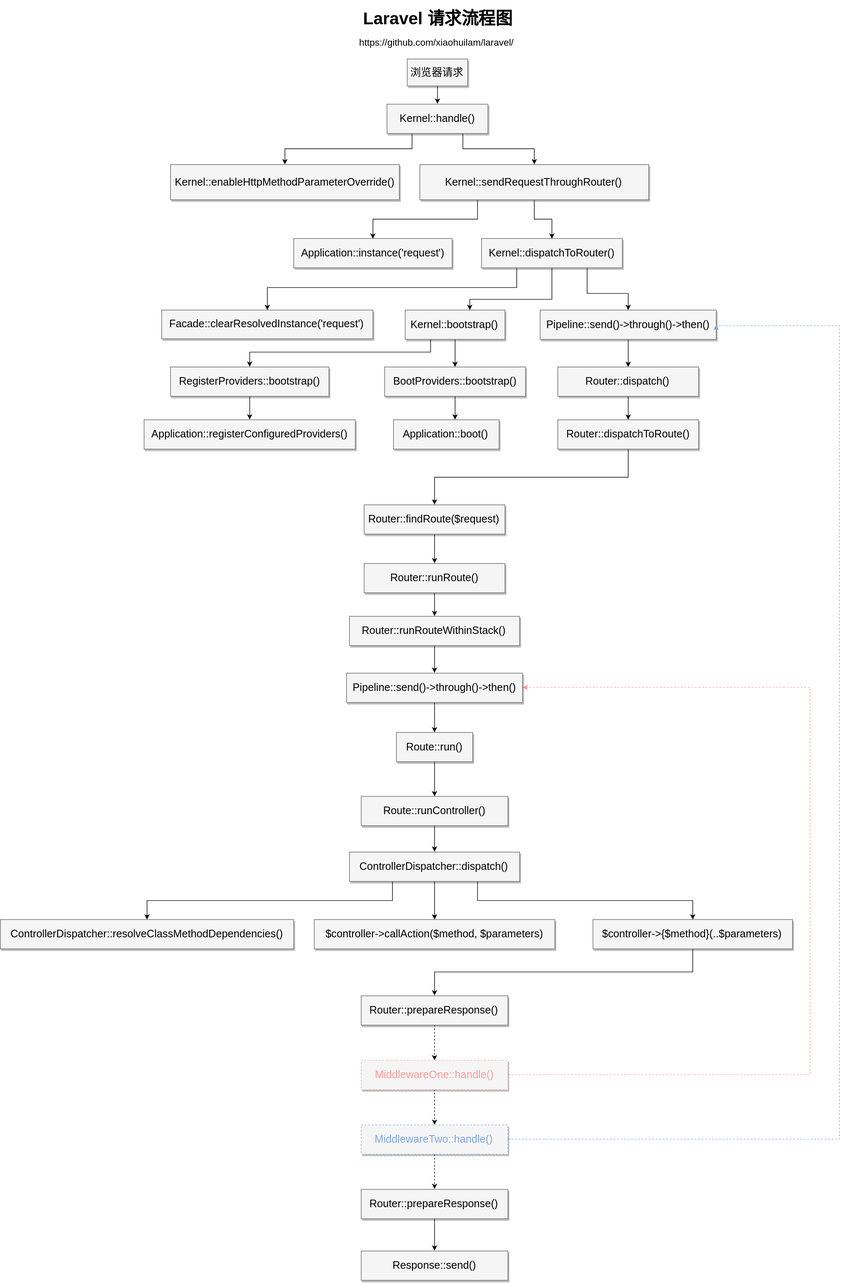
Before: laravel-flow-chart.svg, a diagram exported from draw.io (JerryYJ/laravel). Source tidied: cells renumbered, new cells last; positions are measured from the earlier drawing's top-left corner, leaving out a move shared by most shapes.
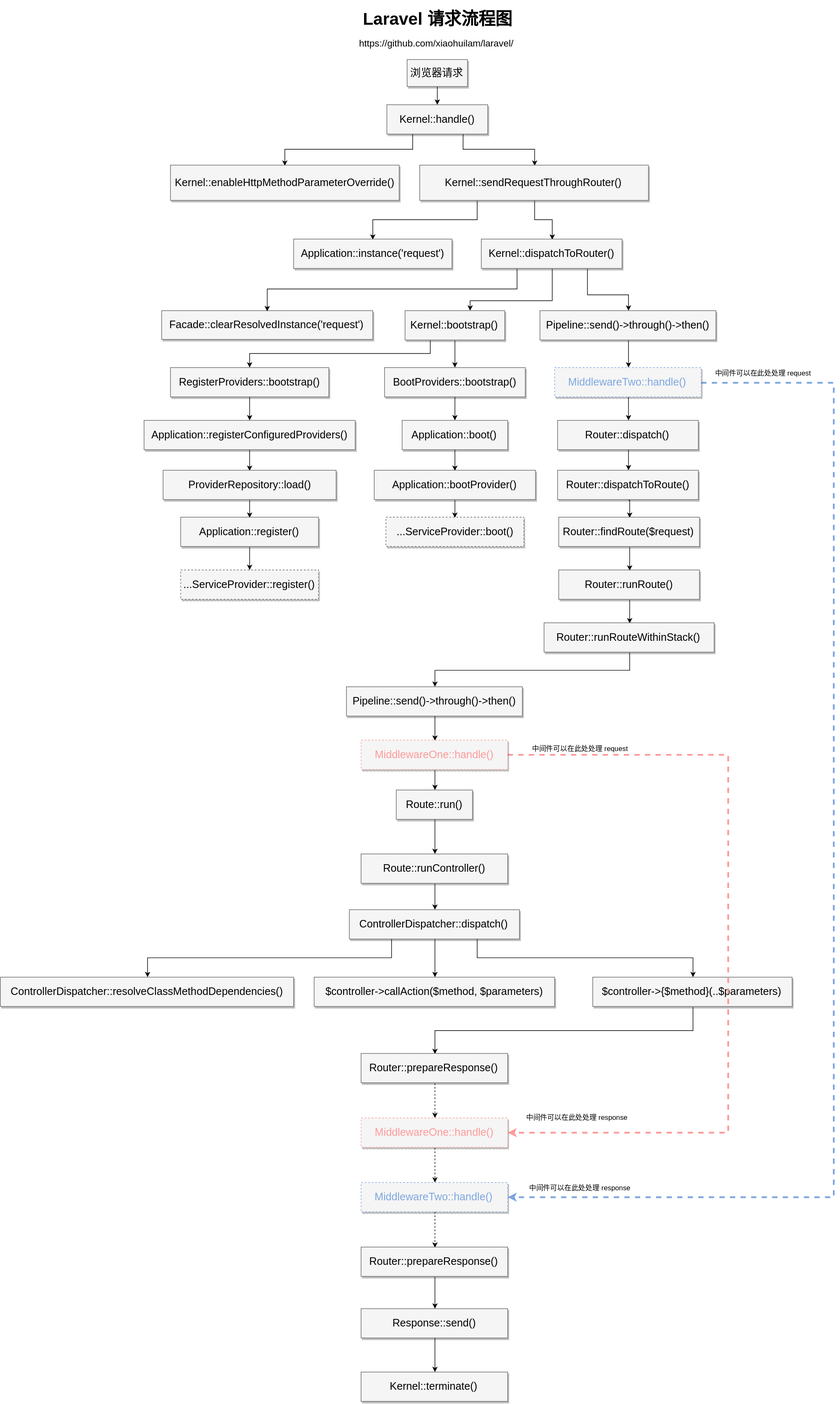
After the commit.

Diff of the diagram source:
```diff
@@ -57,9 +57,9 @@
     <mxCell id="16" value="Kernel::&lt;span&gt;bootstrap&lt;/span&gt;&lt;span&gt;()&lt;/span&gt;&lt;br&gt;" style="whiteSpace=wrap;html=1;shadow=1;fontSize=18;fillColor=#f5f5f5;strokeColor=#666666;" parent="1" vertex="1">
       <mxGeometry x="690" y="528" width="170" height="50" as="geometry" />
     </mxCell>
-    <mxCell id="17" style="edgeStyle=orthogonalEdgeStyle;rounded=0;html=1;exitX=0.5;exitY=1;jettySize=auto;fontSize=29;" parent="1" edge="1" source="18" target="30">
-      <mxGeometry relative="1" as="geometry" />
-    </mxCell>
+    <mxCell id="65" style="edgeStyle=orthogonalEdgeStyle;rounded=0;html=1;exitX=0.5;exitY=1;jettySize=auto;" parent="1" edge="1" source="18" target="82">
+      <mxGeometry relative="1" as="geometry" />
+    </mxCell>
     <mxCell id="18" value="Pipeline::send()-&amp;gt;through()-&amp;gt;then()&lt;br&gt;" style="whiteSpace=wrap;html=1;shadow=1;fontSize=18;fillColor=#f5f5f5;strokeColor=#666666;" parent="1" vertex="1">
       <mxGeometry x="920" y="528" width="300" height="50" as="geometry" />
     </mxCell>
@@ -96,59 +96,70 @@
     <mxCell id="24" value="&lt;div&gt;&lt;span&gt;RegisterProviders::&lt;/span&gt;&lt;span&gt;bootstrap()&lt;/span&gt;&lt;/div&gt;" style="whiteSpace=wrap;html=1;shadow=1;fontSize=18;fillColor=#f5f5f5;strokeColor=#666666;" parent="1" vertex="1">
       <mxGeometry x="290" y="625" width="270" height="50" as="geometry" />
     </mxCell>
-    <mxCell id="25" style="edgeStyle=orthogonalEdgeStyle;rounded=0;html=1;exitX=0.5;exitY=1;entryX=0.586;entryY=0;entryPerimeter=0;jettySize=auto;fontSize=29;" parent="1" edge="1" source="26" target="28">
+    <mxCell id="25" style="edgeStyle=orthogonalEdgeStyle;rounded=0;html=1;exitX=0.5;exitY=1;jettySize=auto;" parent="1" edge="1" source="26" target="28">
       <mxGeometry relative="1" as="geometry" />
     </mxCell>
     <mxCell id="26" value="&lt;div&gt;&lt;span&gt;BootProviders::&lt;/span&gt;&lt;span&gt;bootstrap()&lt;/span&gt;&lt;/div&gt;" style="whiteSpace=wrap;html=1;shadow=1;fontSize=18;fillColor=#f5f5f5;strokeColor=#666666;" parent="1" vertex="1">
       <mxGeometry x="655" y="625" width="240" height="50" as="geometry" />
     </mxCell>
+    <mxCell id="66" style="edgeStyle=orthogonalEdgeStyle;rounded=0;html=1;exitX=0.5;exitY=1;entryX=0.5;entryY=0;jettySize=auto;" parent="1" edge="1" source="27" target="72">
+      <mxGeometry relative="1" as="geometry" />
+    </mxCell>
     <mxCell id="27" value="Application::&lt;span&gt;registerConfiguredProviders()&lt;/span&gt;" style="whiteSpace=wrap;html=1;shadow=1;fontSize=18;fillColor=#f5f5f5;strokeColor=#666666;" parent="1" vertex="1">
       <mxGeometry x="245" y="715" width="360" height="50" as="geometry" />
     </mxCell>
+    <mxCell id="67" style="edgeStyle=orthogonalEdgeStyle;rounded=0;html=1;exitX=0.5;exitY=1;entryX=0.5;entryY=0;jettySize=auto;" parent="1" edge="1" source="28" target="76">
+      <mxGeometry relative="1" as="geometry" />
+    </mxCell>
     <mxCell id="28" value="Application::&lt;span&gt;boot&lt;/span&gt;&lt;span&gt;()&lt;/span&gt;&lt;br&gt;" style="whiteSpace=wrap;html=1;shadow=1;fontSize=18;fillColor=#f5f5f5;strokeColor=#666666;" parent="1" vertex="1">
-      <mxGeometry x="670" y="715" width="180" height="50" as="geometry" />
+      <mxGeometry x="685" y="715" width="180" height="50" as="geometry" />
     </mxCell>
     <mxCell id="29" style="edgeStyle=orthogonalEdgeStyle;rounded=0;html=1;exitX=0.5;exitY=1;jettySize=auto;fontSize=29;" parent="1" edge="1" source="30" target="32">
       <mxGeometry relative="1" as="geometry" />
     </mxCell>
     <mxCell id="30" value="Router::&lt;span&gt;dispatch()&lt;/span&gt;" style="whiteSpace=wrap;html=1;shadow=1;fontSize=18;fillColor=#f5f5f5;strokeColor=#666666;" parent="1" vertex="1">
-      <mxGeometry x="950" y="625" width="240" height="50" as="geometry" />
+      <mxGeometry x="950" y="715" width="240" height="50" as="geometry" />
     </mxCell>
-    <mxCell id="31" style="edgeStyle=orthogonalEdgeStyle;rounded=0;html=1;entryX=0.5;entryY=0;jettySize=auto;exitX=0.5;exitY=1;" parent="1" edge="1" source="32" target="34">
+    <mxCell id="31" style="edgeStyle=orthogonalEdgeStyle;rounded=0;html=1;exitX=0.5;exitY=1;entryX=0.5;entryY=0;jettySize=auto;" parent="1" edge="1" source="32" target="34">
       <mxGeometry relative="1" as="geometry" />
     </mxCell>
     <mxCell id="32" value="Router::&lt;span&gt;dispatchToRoute&lt;/span&gt;&lt;span&gt;()&lt;/span&gt;&lt;br&gt;" style="whiteSpace=wrap;html=1;shadow=1;fontSize=18;fillColor=#f5f5f5;strokeColor=#666666;" parent="1" vertex="1">
-      <mxGeometry x="950" y="715" width="240" height="50" as="geometry" />
+      <mxGeometry x="950" y="800" width="240" height="50" as="geometry" />
     </mxCell>
     <mxCell id="33" style="edgeStyle=orthogonalEdgeStyle;rounded=0;html=1;exitX=0.5;exitY=1;entryX=0.5;entryY=0;jettySize=auto;" parent="1" edge="1" source="34" target="36">
       <mxGeometry relative="1" as="geometry" />
     </mxCell>
     <mxCell id="34" value="Router::find&lt;span&gt;Route&lt;/span&gt;&lt;span&gt;($request)&lt;/span&gt;&lt;br&gt;" style="whiteSpace=wrap;html=1;shadow=1;fontSize=18;fillColor=#f5f5f5;strokeColor=#666666;" parent="1" vertex="1">
-      <mxGeometry x="620" y="860" width="240" height="50" as="geometry" />
+      <mxGeometry x="952" y="880" width="240" height="50" as="geometry" />
     </mxCell>
     <mxCell id="35" style="edgeStyle=orthogonalEdgeStyle;rounded=0;html=1;exitX=0.5;exitY=1;entryX=0.5;entryY=0;jettySize=auto;" parent="1" edge="1" source="36" target="38">
       <mxGeometry relative="1" as="geometry" />
     </mxCell>
     <mxCell id="36" value="Router::&lt;span&gt;runRoute()&lt;/span&gt;" style="whiteSpace=wrap;html=1;shadow=1;fontSize=18;fillColor=#f5f5f5;strokeColor=#666666;" parent="1" vertex="1">
-      <mxGeometry x="620" y="960" width="240" height="50" as="geometry" />
+      <mxGeometry x="952" y="970" width="240" height="50" as="geometry" />
     </mxCell>
     <mxCell id="37" style="edgeStyle=orthogonalEdgeStyle;rounded=0;html=1;exitX=0.5;exitY=1;entryX=0.5;entryY=0;jettySize=auto;" parent="1" edge="1" source="38" target="63">
-      <mxGeometry relative="1" as="geometry" />
+      <mxGeometry relative="1" as="geometry">
+        <Array as="points">
+          <mxPoint x="1073" y="1141" />
+          <mxPoint x="741" y="1141" />
+        </Array>
+      </mxGeometry>
     </mxCell>
     <mxCell id="38" value="Router::&lt;span&gt;runRouteWithinStack&lt;/span&gt;&lt;span&gt;()&lt;/span&gt;&lt;br&gt;" style="whiteSpace=wrap;html=1;shadow=1;fontSize=18;fillColor=#f5f5f5;strokeColor=#666666;" parent="1" vertex="1">
-      <mxGeometry x="595" y="1050" width="290" height="50" as="geometry" />
+      <mxGeometry x="927" y="1060" width="290" height="50" as="geometry" />
     </mxCell>
     <mxCell id="39" style="edgeStyle=orthogonalEdgeStyle;rounded=0;html=1;exitX=0.5;exitY=1;jettySize=auto;fontSize=29;" parent="1" edge="1" source="40" target="42">
       <mxGeometry relative="1" as="geometry" />
     </mxCell>
     <mxCell id="40" value="Route::run&lt;span&gt;()&lt;/span&gt;&lt;br&gt;" style="whiteSpace=wrap;html=1;shadow=1;fontSize=18;fillColor=#f5f5f5;strokeColor=#666666;" parent="1" vertex="1">
-      <mxGeometry x="675" y="1248" width="130" height="50" as="geometry" />
+      <mxGeometry x="675" y="1345" width="130" height="50" as="geometry" />
     </mxCell>
     <mxCell id="41" style="edgeStyle=orthogonalEdgeStyle;rounded=0;html=1;exitX=0.5;exitY=1;entryX=0.5;entryY=0;jettySize=auto;fontSize=29;" parent="1" edge="1" source="42" target="46">
       <mxGeometry relative="1" as="geometry" />
     </mxCell>
     <mxCell id="42" value="Route::runController&lt;span&gt;()&lt;/span&gt;&lt;br&gt;" style="whiteSpace=wrap;html=1;shadow=1;fontSize=18;fillColor=#f5f5f5;strokeColor=#666666;" parent="1" vertex="1">
-      <mxGeometry x="615" y="1357" width="250" height="50" as="geometry" />
+      <mxGeometry x="615" y="1454" width="250" height="50" as="geometry" />
     </mxCell>
     <mxCell id="43" style="edgeStyle=orthogonalEdgeStyle;rounded=0;html=1;exitX=0.25;exitY=1;jettySize=auto;fontSize=29;" parent="1" edge="1" source="46" target="47">
       <mxGeometry relative="1" as="geometry" />
@@ -160,71 +171,125 @@
       <mxGeometry relative="1" as="geometry" />
     </mxCell>
     <mxCell id="46" value="ControllerDispatcher::&lt;span&gt;dispatch()&lt;/span&gt;" style="whiteSpace=wrap;html=1;shadow=1;fontSize=18;fillColor=#f5f5f5;strokeColor=#666666;" parent="1" vertex="1">
-      <mxGeometry x="595" y="1452" width="290" height="50" as="geometry" />
+      <mxGeometry x="595" y="1549" width="290" height="50" as="geometry" />
     </mxCell>
     <mxCell id="47" value="ControllerDispatcher::&lt;span&gt;resolveClassMethodDependencies&lt;/span&gt;&lt;span&gt;()&lt;/span&gt;&lt;br&gt;" style="whiteSpace=wrap;html=1;shadow=1;fontSize=18;fillColor=#f5f5f5;strokeColor=#666666;" parent="1" vertex="1">
-      <mxGeometry y="1567" width="500" height="50" as="geometry" />
+      <mxGeometry y="1664" width="500" height="50" as="geometry" />
     </mxCell>
     <mxCell id="48" value="$controller-&amp;gt;callAction($method, $parameters)&lt;br&gt;" style="whiteSpace=wrap;html=1;shadow=1;fontSize=18;fillColor=#f5f5f5;strokeColor=#666666;" parent="1" vertex="1">
-      <mxGeometry x="535" y="1567" width="410" height="50" as="geometry" />
+      <mxGeometry x="535" y="1664" width="410" height="50" as="geometry" />
     </mxCell>
     <mxCell id="49" style="edgeStyle=orthogonalEdgeStyle;rounded=0;html=1;exitX=0.5;exitY=1;entryX=0.5;entryY=0;jettySize=auto;fontSize=29;" parent="1" edge="1" source="50" target="52">
       <mxGeometry relative="1" as="geometry" />
     </mxCell>
     <mxCell id="50" value="$controller-&amp;gt;{$method}(..$parameters)&lt;br&gt;" style="whiteSpace=wrap;html=1;shadow=1;fontSize=18;fillColor=#f5f5f5;strokeColor=#666666;" parent="1" vertex="1">
-      <mxGeometry x="1010" y="1567" width="340" height="50" as="geometry" />
+      <mxGeometry x="1010" y="1664" width="340" height="50" as="geometry" />
     </mxCell>
     <mxCell id="51" style="edgeStyle=orthogonalEdgeStyle;rounded=0;html=1;exitX=0.5;exitY=1;jettySize=auto;fontSize=29;dashed=1;" parent="1" edge="1" source="52" target="55">
       <mxGeometry relative="1" as="geometry" />
     </mxCell>
     <mxCell id="52" value="Router::&lt;span&gt;prepareResponse()&lt;/span&gt;" style="whiteSpace=wrap;html=1;shadow=1;fontSize=18;fillColor=#f5f5f5;strokeColor=#666666;" parent="1" vertex="1">
-      <mxGeometry x="615" y="1697" width="250" height="50" as="geometry" />
+      <mxGeometry x="615" y="1794" width="250" height="50" as="geometry" />
     </mxCell>
     <mxCell id="53" style="edgeStyle=orthogonalEdgeStyle;rounded=0;html=1;exitX=0.5;exitY=1;jettySize=auto;fontSize=29;dashed=1;" parent="1" edge="1" source="55" target="58">
       <mxGeometry relative="1" as="geometry" />
     </mxCell>
-    <mxCell id="54" style="edgeStyle=orthogonalEdgeStyle;rounded=0;html=1;exitX=1;exitY=0.5;entryX=1;entryY=0.5;dashed=1;jettySize=auto;strokeColor=#FF9999;" parent="1" edge="1" source="55" target="63">
+    <mxCell id="54" style="edgeStyle=orthogonalEdgeStyle;rounded=0;html=1;exitX=1;exitY=0.5;entryX=1;entryY=0.5;dashed=1;jettySize=auto;strokeColor=#FF9999;strokeWidth=3;" parent="1" edge="1" source="80" target="55">
       <mxGeometry relative="1" as="geometry">
         <Array as="points">
-          <mxPoint x="1380" y="1832" />
-          <mxPoint x="1380" y="1172" />
+          <mxPoint x="1241" y="1285" />
+          <mxPoint x="1241" y="1929" />
         </Array>
       </mxGeometry>
     </mxCell>
     <mxCell id="55" value="MiddlewareOne::handle()&lt;br&gt;" style="whiteSpace=wrap;html=1;shadow=1;fontSize=18;fillColor=#f5f5f5;strokeColor=#FF9999;dashed=1;fontColor=#FF9999;" parent="1" vertex="1">
-      <mxGeometry x="615" y="1807" width="250" height="50" as="geometry" />
+      <mxGeometry x="615" y="1904" width="250" height="50" as="geometry" />
     </mxCell>
     <mxCell id="56" style="edgeStyle=orthogonalEdgeStyle;rounded=0;html=1;entryX=0.5;entryY=0;jettySize=auto;fontSize=29;dashed=1;" parent="1" edge="1" source="58" target="60">
       <mxGeometry relative="1" as="geometry" />
     </mxCell>
-    <mxCell id="57" style="edgeStyle=orthogonalEdgeStyle;rounded=0;html=1;exitX=1;exitY=0.5;entryX=1;entryY=0.5;dashed=1;jettySize=auto;fillColor=#f8cecc;strokeColor=#7EA6E0;" parent="1" edge="1" source="58" target="18">
+    <mxCell id="57" style="edgeStyle=orthogonalEdgeStyle;rounded=0;html=1;exitX=1;exitY=0.5;dashed=1;jettySize=auto;fillColor=#f8cecc;strokeColor=#7EA6E0;entryX=1;entryY=0.5;strokeWidth=3;jumpSize=7;" parent="1" edge="1" source="82" target="58">
       <mxGeometry relative="1" as="geometry">
         <Array as="points">
-          <mxPoint x="1430" y="1942" />
-          <mxPoint x="1430" y="554" />
+          <mxPoint x="1421" y="651" />
+          <mxPoint x="1421" y="2039" />
         </Array>
       </mxGeometry>
     </mxCell>
     <mxCell id="58" value="MiddlewareTwo::handle()&lt;br&gt;" style="whiteSpace=wrap;html=1;shadow=1;fontSize=18;fillColor=#f5f5f5;strokeColor=#7EA6E0;dashed=1;fontColor=#7EA6E0;" parent="1" vertex="1">
-      <mxGeometry x="615" y="1917" width="250" height="50" as="geometry" />
+      <mxGeometry x="615" y="2014" width="250" height="50" as="geometry" />
     </mxCell>
     <mxCell id="59" style="edgeStyle=orthogonalEdgeStyle;rounded=0;html=1;exitX=0.5;exitY=1;entryX=0.5;entryY=0;jettySize=auto;fontSize=29;" parent="1" edge="1" source="60" target="61">
       <mxGeometry relative="1" as="geometry" />
     </mxCell>
     <mxCell id="60" value="Router::&lt;span&gt;prepareResponse()&lt;/span&gt;" style="whiteSpace=wrap;html=1;shadow=1;fontSize=18;fillColor=#f5f5f5;strokeColor=#666666;" parent="1" vertex="1">
-      <mxGeometry x="615" y="2027" width="250" height="50" as="geometry" />
+      <mxGeometry x="615" y="2124" width="250" height="50" as="geometry" />
     </mxCell>
+    <mxCell id="68" style="edgeStyle=orthogonalEdgeStyle;rounded=0;html=1;exitX=0.5;exitY=1;entryX=0.5;entryY=0;jettySize=auto;" parent="1" edge="1" source="61" target="70">
+      <mxGeometry relative="1" as="geometry" />
+    </mxCell>
     <mxCell id="61" value="Response::send()&lt;br&gt;" style="whiteSpace=wrap;html=1;shadow=1;fontSize=18;fillColor=#f5f5f5;strokeColor=#666666;" parent="1" vertex="1">
-      <mxGeometry x="615" y="2132" width="250" height="50" as="geometry" />
+      <mxGeometry x="615" y="2229" width="250" height="50" as="geometry" />
     </mxCell>
-    <mxCell id="62" style="edgeStyle=orthogonalEdgeStyle;rounded=0;html=1;exitX=0.5;exitY=1;entryX=0.5;entryY=0;jettySize=auto;" parent="1" edge="1" source="63" target="40">
-      <mxGeometry relative="1" as="geometry" />
-    </mxCell>
+    <mxCell id="69" style="edgeStyle=orthogonalEdgeStyle;rounded=0;html=1;exitX=0.5;exitY=1;entryX=0.5;entryY=0;jettySize=auto;" parent="1" edge="1" source="63" target="80">
+      <mxGeometry relative="1" as="geometry" />
+    </mxCell>
     <mxCell id="63" value="Pipeline::send()-&amp;gt;through()-&amp;gt;then()&lt;br&gt;" style="whiteSpace=wrap;html=1;shadow=1;fontSize=18;fillColor=#f5f5f5;strokeColor=#666666;" parent="1" vertex="1">
-      <mxGeometry x="590" y="1147" width="300" height="50" as="geometry" />
+      <mxGeometry x="590" y="1169" width="300" height="50" as="geometry" />
     </mxCell>
     <mxCell id="64" value="&lt;font color=&quot;#000000&quot; style=&quot;font-size: 16px;&quot;&gt;&lt;a href=&quot;https://github.com/xiaohuilam/laravel/&quot; style=&quot;font-size: 16px;&quot;&gt;https://github.com/xiaohuilam/laravel/&lt;/a&gt;&lt;/font&gt;" style="text;html=1;align=left;verticalAlign=top;spacingTop=-4;fontColor=#FF9999;fontSize=16;" parent="1" vertex="1">
       <mxGeometry x="610" y="60" width="210" height="20" as="geometry" />
     </mxCell>
+    <mxCell id="70" value="Kernel::terminate()&lt;br&gt;" style="whiteSpace=wrap;html=1;shadow=1;fontSize=18;fillColor=#f5f5f5;strokeColor=#666666;" parent="1" vertex="1">
+      <mxGeometry x="615" y="2337" width="250" height="50" as="geometry" />
+    </mxCell>
+    <mxCell id="71" style="edgeStyle=orthogonalEdgeStyle;rounded=0;html=1;exitX=0.5;exitY=1;entryX=0.5;entryY=0;jettySize=auto;" parent="1" edge="1" source="72" target="74">
+      <mxGeometry relative="1" as="geometry" />
+    </mxCell>
+    <mxCell id="72" value="&lt;span&gt;ProviderRepository::load()&lt;/span&gt;&lt;br&gt;" style="whiteSpace=wrap;html=1;shadow=1;fontSize=18;fillColor=#f5f5f5;strokeColor=#666666;" parent="1" vertex="1">
+      <mxGeometry x="277.5" y="800" width="295" height="50" as="geometry" />
+    </mxCell>
+    <mxCell id="73" style="edgeStyle=orthogonalEdgeStyle;rounded=0;html=1;exitX=0.5;exitY=1;jettySize=auto;fontSize=14;fontColor=#ffffff;" parent="1" edge="1" source="74" target="77">
+      <mxGeometry relative="1" as="geometry" />
+    </mxCell>
+    <mxCell id="74" value="Application::&lt;span&gt;register()&lt;/span&gt;" style="whiteSpace=wrap;html=1;shadow=1;fontSize=18;fillColor=#f5f5f5;strokeColor=#666666;" parent="1" vertex="1">
+      <mxGeometry x="307.5" y="880" width="235" height="50" as="geometry" />
+    </mxCell>
+    <mxCell id="75" style="edgeStyle=orthogonalEdgeStyle;rounded=0;html=1;exitX=0.5;exitY=1;entryX=0.5;entryY=0;jettySize=auto;fontSize=14;fontColor=#ffffff;" parent="1" edge="1" source="76" target="78">
+      <mxGeometry relative="1" as="geometry" />
+    </mxCell>
+    <mxCell id="76" value="Application::&lt;span&gt;bootProvider&lt;/span&gt;&lt;span&gt;()&lt;/span&gt;&lt;br&gt;" style="whiteSpace=wrap;html=1;shadow=1;fontSize=18;fillColor=#f5f5f5;strokeColor=#666666;" parent="1" vertex="1">
+      <mxGeometry x="637.5" y="800" width="275" height="50" as="geometry" />
+    </mxCell>
+    <mxCell id="77" value="...ServiceProvider::&lt;span&gt;register()&lt;/span&gt;" style="whiteSpace=wrap;html=1;shadow=1;fontSize=18;fillColor=#f5f5f5;strokeColor=#666666;glass=0;comic=0;gradientColor=none;dashed=1;" parent="1" vertex="1">
+      <mxGeometry x="307.5" y="970" width="235" height="50" as="geometry" />
+    </mxCell>
+    <mxCell id="78" value="...ServiceProvider::&lt;span&gt;boot()&lt;/span&gt;" style="whiteSpace=wrap;html=1;shadow=1;fontSize=18;fillColor=#f5f5f5;strokeColor=#666666;glass=0;comic=0;gradientColor=none;dashed=1;" parent="1" vertex="1">
+      <mxGeometry x="657.5" y="880" width="235" height="50" as="geometry" />
+    </mxCell>
+    <mxCell id="79" style="edgeStyle=orthogonalEdgeStyle;rounded=0;html=1;exitX=0.5;exitY=1;entryX=0.5;entryY=0;jettySize=auto;" parent="1" edge="1" source="80" target="40">
+      <mxGeometry relative="1" as="geometry" />
+    </mxCell>
+    <mxCell id="80" value="MiddlewareOne::handle()&lt;br&gt;" style="whiteSpace=wrap;html=1;shadow=1;fontSize=18;fillColor=#f5f5f5;strokeColor=#FF9999;dashed=1;fontColor=#FF9999;" parent="1" vertex="1">
+      <mxGeometry x="615" y="1260" width="250" height="50" as="geometry" />
+    </mxCell>
+    <mxCell id="81" style="edgeStyle=orthogonalEdgeStyle;rounded=0;html=1;exitX=0.5;exitY=1;entryX=0.5;entryY=0;jettySize=auto;" parent="1" edge="1" source="82" target="30">
+      <mxGeometry relative="1" as="geometry" />
+    </mxCell>
+    <mxCell id="82" value="MiddlewareTwo::handle()&lt;br&gt;" style="whiteSpace=wrap;html=1;shadow=1;fontSize=18;fillColor=#f5f5f5;strokeColor=#7EA6E0;dashed=1;fontColor=#7EA6E0;" parent="1" vertex="1">
+      <mxGeometry x="945" y="625" width="250" height="50" as="geometry" />
+    </mxCell>
+    <mxCell id="83" value="中间件可以在此处处理 request" style="text;html=1;align=left;verticalAlign=top;spacingTop=-4;" parent="1" vertex="1">
+      <mxGeometry x="905" y="1265" width="180" height="20" as="geometry" />
+    </mxCell>
+    <mxCell id="84" value="中间件可以在此处处理 request" style="text;html=1;align=left;verticalAlign=top;spacingTop=-4;" parent="1" vertex="1">
+      <mxGeometry x="1217" y="625" width="180" height="20" as="geometry" />
+    </mxCell>
+    <mxCell id="85" value="中间件可以在此处处理 response" style="text;html=1;align=left;verticalAlign=top;spacingTop=-4;" parent="1" vertex="1">
+      <mxGeometry x="895" y="1894" width="190" height="20" as="geometry" />
+    </mxCell>
+    <mxCell id="86" value="中间件可以在此处处理 response" style="text;html=1;align=left;verticalAlign=top;spacingTop=-4;" parent="1" vertex="1">
+      <mxGeometry x="900" y="2014" width="190" height="20" as="geometry" />
+    </mxCell>
   </root>
 </mxGraphModel>
```
